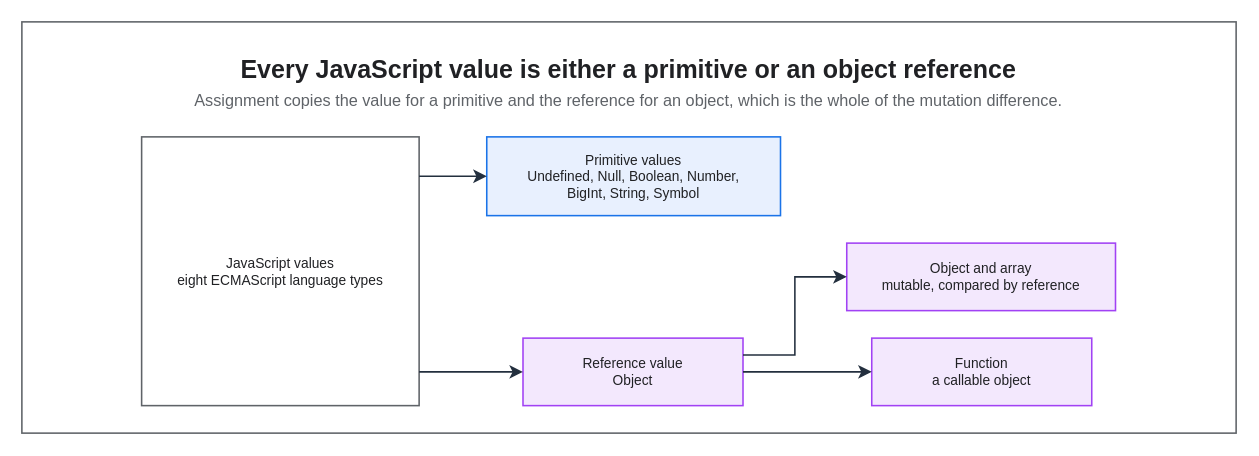
Before: assets/img/javascript/javascript-data-type-model.drawio in KKamJi98/kkamji98.github.io, a draw.io diagram. Source tidied: cells renumbered, new cells numbered last; positions are measured from the earlier drawing's top-left corner, leaving out a move shared by most shapes. Both pictures are drawn from the tidied source at 125%, with x=0, y=0 at pixel (21, 21).
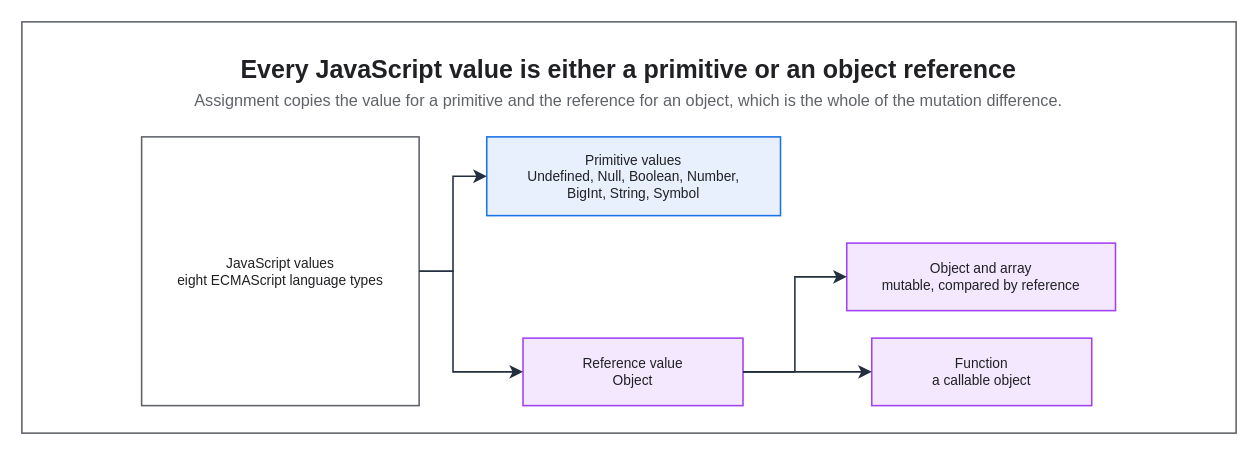
The same page after the edit.

Diff of the diagram source:
```diff
@@
 <mxGraphModel background="#FFFFFF">
   <root>
     <mxCell id="0" />
     <mxCell id="1" parent="0" />
     <mxCell id="2" style="rounded=0;html=0;fillColor=none;strokeColor=#5F6368;fontColor=#202124;strokeWidth=1.25;" parent="1" vertex="1">
       <mxGeometry width="971.4" height="329" as="geometry" />
     </mxCell>
     <mxCell id="3" value="Every JavaScript value is either a primitive or an object reference" style="text;html=0;whiteSpace=wrap;fillColor=none;strokeColor=none;fontColor=#202124;fontSize=20;fontStyle=1;align=center;verticalAlign=middle;" parent="1" vertex="1">
       <mxGeometry x="22" y="22" width="927.4" height="30" as="geometry" />
     </mxCell>
     <mxCell id="4" value="Assignment copies the value for a primitive and the reference for an object, which is the whole of the mutation difference." style="text;html=0;whiteSpace=wrap;fillColor=none;strokeColor=none;fontColor=#5F6368;fontSize=13;fontStyle=0;align=center;verticalAlign=middle;" parent="1" vertex="1">
       <mxGeometry x="22" y="52" width="927.4" height="22" as="geometry" />
     </mxCell>
     <mxCell id="5" value="JavaScript values&#10;eight ECMAScript language types" style="rounded=0;whiteSpace=wrap;html=0;fillColor=#FFFFFF;strokeColor=#5F6368;fontColor=#202124;fontSize=11;fontStyle=0;align=center;verticalAlign=middle;spacingLeft=6;spacingRight=6;strokeWidth=1.25;" parent="1" vertex="1">
       <mxGeometry x="95.8" y="92" width="222" height="215" as="geometry" />
     </mxCell>
     <mxCell id="6" value="Primitive values&#10;Undefined, Null, Boolean, Number,&#10;BigInt, String, Symbol" style="rounded=0;whiteSpace=wrap;html=0;fillColor=#E8F0FE;strokeColor=#1A73E8;fontColor=#202124;fontSize=11;fontStyle=0;align=center;verticalAlign=middle;spacingLeft=6;spacingRight=6;strokeWidth=1.25;" parent="1" vertex="1">
       <mxGeometry x="371.9" y="92" width="235" height="63" as="geometry" />
     </mxCell>
     <mxCell id="7" value="Reference value&#10;Object" style="rounded=0;whiteSpace=wrap;html=0;fillColor=#F3E8FD;strokeColor=#A142F4;fontColor=#202124;fontSize=11;fontStyle=0;align=center;verticalAlign=middle;spacingLeft=6;spacingRight=6;strokeWidth=1.25;" parent="1" vertex="1">
       <mxGeometry x="400.9" y="253" width="176" height="54" as="geometry" />
     </mxCell>
     <mxCell id="8" value="Object and array&#10;mutable, compared by reference" style="rounded=0;whiteSpace=wrap;html=0;fillColor=#F3E8FD;strokeColor=#A142F4;fontColor=#202124;fontSize=11;fontStyle=0;align=center;verticalAlign=middle;spacingLeft=6;spacingRight=6;strokeWidth=1.25;" parent="1" vertex="1">
       <mxGeometry x="659.9" y="177" width="215" height="54" as="geometry" />
     </mxCell>
     <mxCell id="9" value="Function&#10;a callable object" style="rounded=0;whiteSpace=wrap;html=0;fillColor=#F3E8FD;strokeColor=#A142F4;fontColor=#202124;fontSize=11;fontStyle=0;align=center;verticalAlign=middle;spacingLeft=6;spacingRight=6;strokeWidth=1.25;" parent="1" vertex="1">
       <mxGeometry x="679.9" y="253" width="176" height="54" as="geometry" />
     </mxCell>
-    <mxCell id="10" style="edgeStyle=orthogonalEdgeStyle;rounded=0;html=0;strokeColor=#232F3E;strokeWidth=1.25;endArrow=classic;endFill=1;endSize=7;fontSize=11;fontColor=#202124;labelBackgroundColor=none;jettySize=14;exitX=1;exitY=0.1465;entryX=0;entryY=0.5;exitDx=0;exitDy=0;entryDx=0;entryDy=0;" parent="1" edge="1" source="5" target="6">
-      <mxGeometry relative="1" as="geometry" />
+    <mxCell id="10" style="edgeStyle=orthogonalEdgeStyle;rounded=0;html=0;strokeColor=#232F3E;strokeWidth=1.25;endArrow=classic;endFill=1;endSize=7;fontSize=11;fontColor=#202124;labelBackgroundColor=none;jettySize=14;exitX=1;exitY=0.5;entryX=0;entryY=0.5;exitDx=0;exitDy=0;entryDx=0;entryDy=0;" parent="1" edge="1" source="5" target="6">
+      <mxGeometry relative="1" as="geometry">
+        <Array as="points">
+          <mxPoint x="344.9" y="199.5" />
+          <mxPoint x="344.9" y="123.5" />
+        </Array>
+      </mxGeometry>
     </mxCell>
-    <mxCell id="11" style="edgeStyle=orthogonalEdgeStyle;rounded=0;html=0;strokeColor=#232F3E;strokeWidth=1.25;endArrow=classic;endFill=1;endSize=7;fontSize=11;fontColor=#202124;labelBackgroundColor=none;jettySize=14;exitX=1;exitY=0.8744;entryX=0;entryY=0.5;exitDx=0;exitDy=0;entryDx=0;entryDy=0;" parent="1" edge="1" source="5" target="7">
-      <mxGeometry relative="1" as="geometry" />
+    <mxCell id="11" style="edgeStyle=orthogonalEdgeStyle;rounded=0;html=0;strokeColor=#232F3E;strokeWidth=1.25;endArrow=classic;endFill=1;endSize=7;fontSize=11;fontColor=#202124;labelBackgroundColor=none;jettySize=14;exitX=1;exitY=0.5;entryX=0;entryY=0.5;exitDx=0;exitDy=0;entryDx=0;entryDy=0;" parent="1" edge="1" source="5" target="7">
+      <mxGeometry relative="1" as="geometry">
+        <Array as="points">
+          <mxPoint x="344.9" y="199.5" />
+          <mxPoint x="344.9" y="280" />
+        </Array>
+      </mxGeometry>
     </mxCell>
-    <mxCell id="12" style="edgeStyle=orthogonalEdgeStyle;rounded=0;html=0;strokeColor=#232F3E;strokeWidth=1.25;endArrow=classic;endFill=1;endSize=7;fontSize=11;fontColor=#202124;labelBackgroundColor=none;jettySize=14;exitX=1;exitY=0.25;entryX=0;entryY=0.5;exitDx=0;exitDy=0;entryDx=0;entryDy=0;" parent="1" edge="1" source="7" target="8">
+    <mxCell id="12" style="edgeStyle=orthogonalEdgeStyle;rounded=0;html=0;strokeColor=#232F3E;strokeWidth=1.25;endArrow=classic;endFill=1;endSize=7;fontSize=11;fontColor=#202124;labelBackgroundColor=none;jettySize=14;exitX=1;exitY=0.5;entryX=0;entryY=0.5;exitDx=0;exitDy=0;entryDx=0;entryDy=0;" parent="1" edge="1" source="7" target="8">
       <mxGeometry relative="1" as="geometry">
         <Array as="points">
-          <mxPoint x="618.4" y="266.5" />
+          <mxPoint x="618.4" y="280" />
           <mxPoint x="618.4" y="204" />
         </Array>
       </mxGeometry>
     </mxCell>
     <mxCell id="13" style="edgeStyle=orthogonalEdgeStyle;rounded=0;html=0;strokeColor=#232F3E;strokeWidth=1.25;endArrow=classic;endFill=1;endSize=7;fontSize=11;fontColor=#202124;labelBackgroundColor=none;jettySize=14;exitX=1;exitY=0.5;entryX=0;entryY=0.5;exitDx=0;exitDy=0;entryDx=0;entryDy=0;" parent="1" edge="1" source="7" target="9">
       <mxGeometry relative="1" as="geometry" />
     </mxCell>
   </root>
 </mxGraphModel>
```
